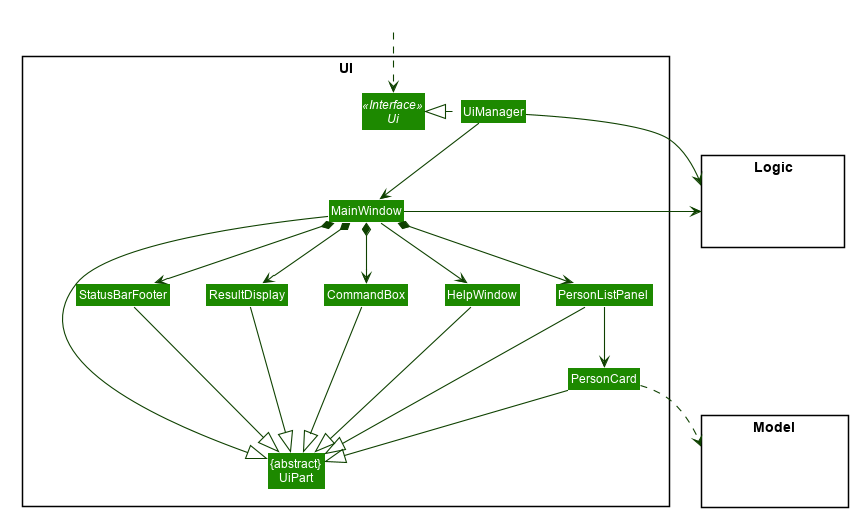
Earlier version of the PlantUML export docs/images/UiClassDiagram.png (nus-cs2103-AY2021S2/tp). Source of this version:
```plantuml
@startuml








skinparam BackgroundColor #FFFFFFF

skinparam Shadowing false

skinparam Class {
    FontColor #FFFFFF
    BorderThickness 1
    BorderColor #FFFFFF
    StereotypeFontColor #FFFFFF
    FontName Arial
}

skinparam Actor {
    BorderColor #000000
    Color #000000
    FontName Arial
}

skinparam Sequence {
    MessageAlign center
    BoxFontSize 15
    BoxPadding 0
    BoxFontColor #FFFFFF
    FontName Arial
}

skinparam Participant {
    FontColor #FFFFFFF
    Padding 20
}

skinparam MinClassWidth 50
skinparam ParticipantPadding 10
skinparam Shadowing false
skinparam DefaultTextAlignment center
skinparam packageStyle Rectangle

hide footbox
hide members
hide circle
skinparam arrowThickness 1.1
skinparam arrowColor #0E4100
skinparam classBackgroundColor #1D8900

package UI <<Rectangle>>{
Interface Ui <<Interface>>
Class "{abstract}\nUiPart" as UiPart
Class UiManager
Class MainWindow
Class HelpWindow
Class ResultDisplay
Class PersonListPanel
Class PersonCard
Class StatusBarFooter
Class CommandBox
}

package Model <<Rectangle>> {
Class HiddenModel #FFFFFF
}

package Logic <<Rectangle>> {
Class HiddenLogic #FFFFFF
}

Class HiddenOutside #FFFFFF
HiddenOutside ..> Ui

UiManager .left.|> Ui
UiManager -down-> MainWindow
MainWindow --> HelpWindow
MainWindow *-down-> CommandBox
MainWindow *-down-> ResultDisplay
MainWindow *-down-> PersonListPanel
MainWindow *-down-> StatusBarFooter

PersonListPanel -down-> PersonCard

MainWindow -left-|> UiPart

ResultDisplay --|> UiPart
CommandBox --|> UiPart
PersonListPanel --|> UiPart
PersonCard --|> UiPart
StatusBarFooter --|> UiPart
HelpWindow -down-|> UiPart

PersonCard ..> Model
UiManager -right-> Logic
MainWindow -left-> Logic

PersonListPanel -[hidden]left- HelpWindow
HelpWindow -[hidden]left- CommandBox
CommandBox -[hidden]left- ResultDisplay
ResultDisplay -[hidden]left- StatusBarFooter

MainWindow -[hidden]-|> UiPart
@enduml
```
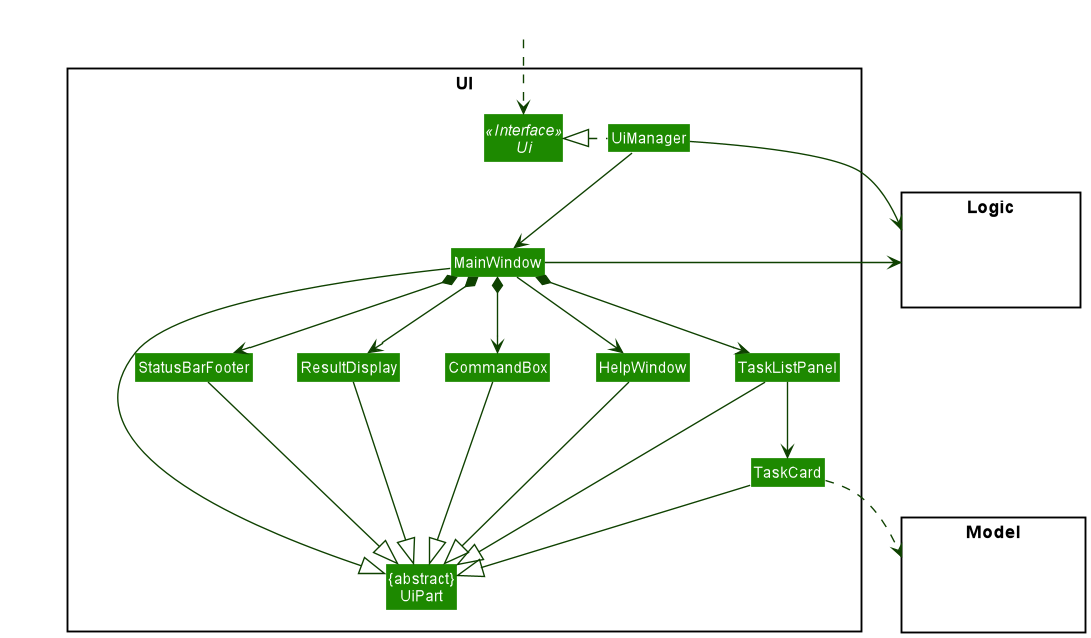
Later version of the same file.

The edit, as a diff of the source:
```diff
@@ -1,55 +1,8 @@
 @startuml
-
-
-
-
-
-
-
-
-skinparam BackgroundColor #FFFFFFF
-
-skinparam Shadowing false
-
-skinparam Class {
-    FontColor #FFFFFF
-    BorderThickness 1
-    BorderColor #FFFFFF
-    StereotypeFontColor #FFFFFF
-    FontName Arial
-}
-
-skinparam Actor {
-    BorderColor #000000
-    Color #000000
-    FontName Arial
-}
-
-skinparam Sequence {
-    MessageAlign center
-    BoxFontSize 15
-    BoxPadding 0
-    BoxFontColor #FFFFFF
-    FontName Arial
-}
-
-skinparam Participant {
-    FontColor #FFFFFFF
-    Padding 20
-}
-
-skinparam MinClassWidth 50
-skinparam ParticipantPadding 10
-skinparam Shadowing false
-skinparam DefaultTextAlignment center
-skinparam packageStyle Rectangle
-
-hide footbox
-hide members
-hide circle
+!include style.puml
 skinparam arrowThickness 1.1
-skinparam arrowColor #0E4100
-skinparam classBackgroundColor #1D8900
+skinparam arrowColor UI_COLOR_T4
+skinparam classBackgroundColor UI_COLOR
 
 package UI <<Rectangle>>{
 Interface Ui <<Interface>>
@@ -58,8 +11,8 @@
 Class MainWindow
 Class HelpWindow
 Class ResultDisplay
-Class PersonListPanel
-Class PersonCard
+Class TaskListPanel
+Class TaskCard
 Class StatusBarFooter
 Class CommandBox
 }
@@ -80,25 +33,25 @@
 MainWindow --> HelpWindow
 MainWindow *-down-> CommandBox
 MainWindow *-down-> ResultDisplay
-MainWindow *-down-> PersonListPanel
+MainWindow *-down-> TaskListPanel
 MainWindow *-down-> StatusBarFooter
 
-PersonListPanel -down-> PersonCard
+TaskListPanel -down-> TaskCard
 
 MainWindow -left-|> UiPart
 
 ResultDisplay --|> UiPart
 CommandBox --|> UiPart
-PersonListPanel --|> UiPart
-PersonCard --|> UiPart
+TaskListPanel --|> UiPart
+TaskCard --|> UiPart
 StatusBarFooter --|> UiPart
 HelpWindow -down-|> UiPart
 
-PersonCard ..> Model
+TaskCard ..> Model
 UiManager -right-> Logic
 MainWindow -left-> Logic
 
-PersonListPanel -[hidden]left- HelpWindow
+TaskListPanel -[hidden]left- HelpWindow
 HelpWindow -[hidden]left- CommandBox
 CommandBox -[hidden]left- ResultDisplay
 ResultDisplay -[hidden]left- StatusBarFooter
```
